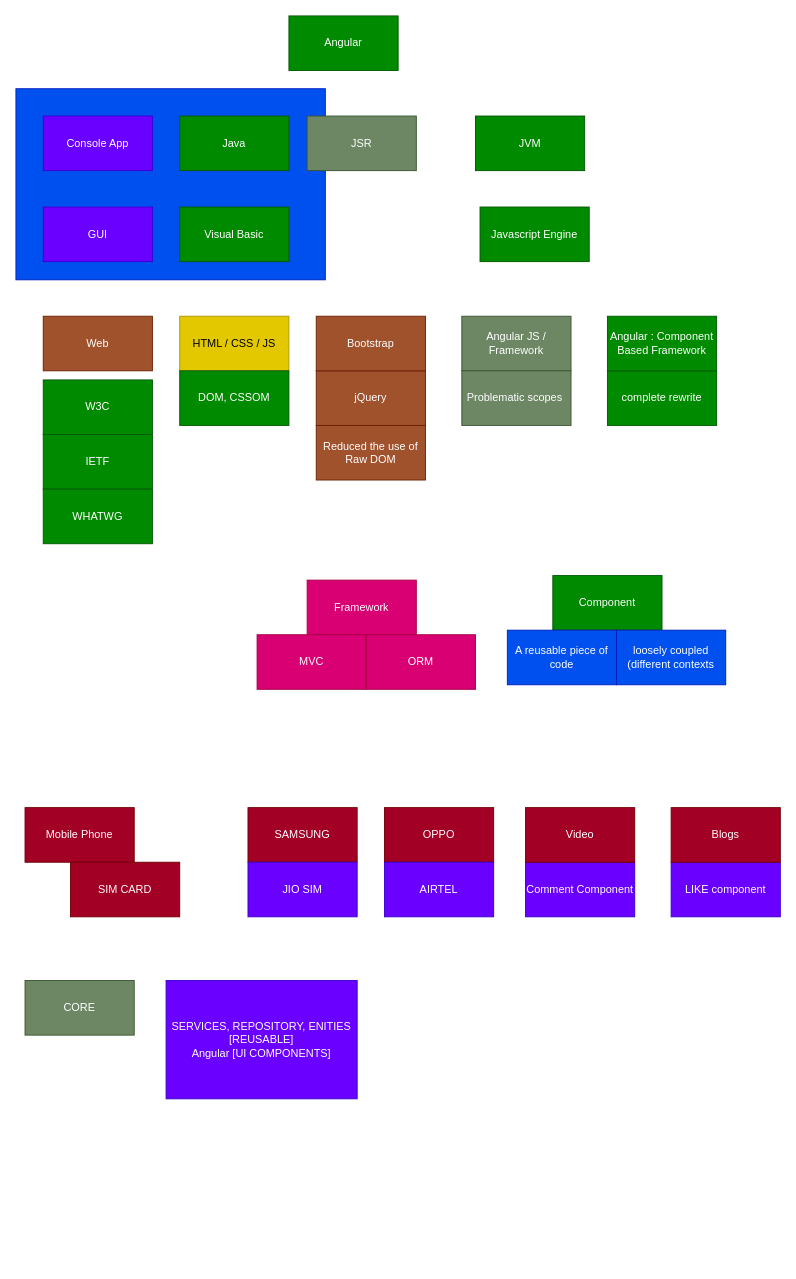
Above: page "angular-gs" (2 of 12) of drawings/draw-angular-gs.drawio in QUAGLO30JUN2025GIT-HUB/QUAGLO30JUN2025GIT-REPO (draw.io), before the change. Source tidied: cells renumbered, new cells numbered last; positions are measured from the earlier drawing's top-left corner, leaving out a move shared by most shapes. Both pictures are drawn from the tidied source at 91%, with x=0, y=0 at pixel (15, 15).
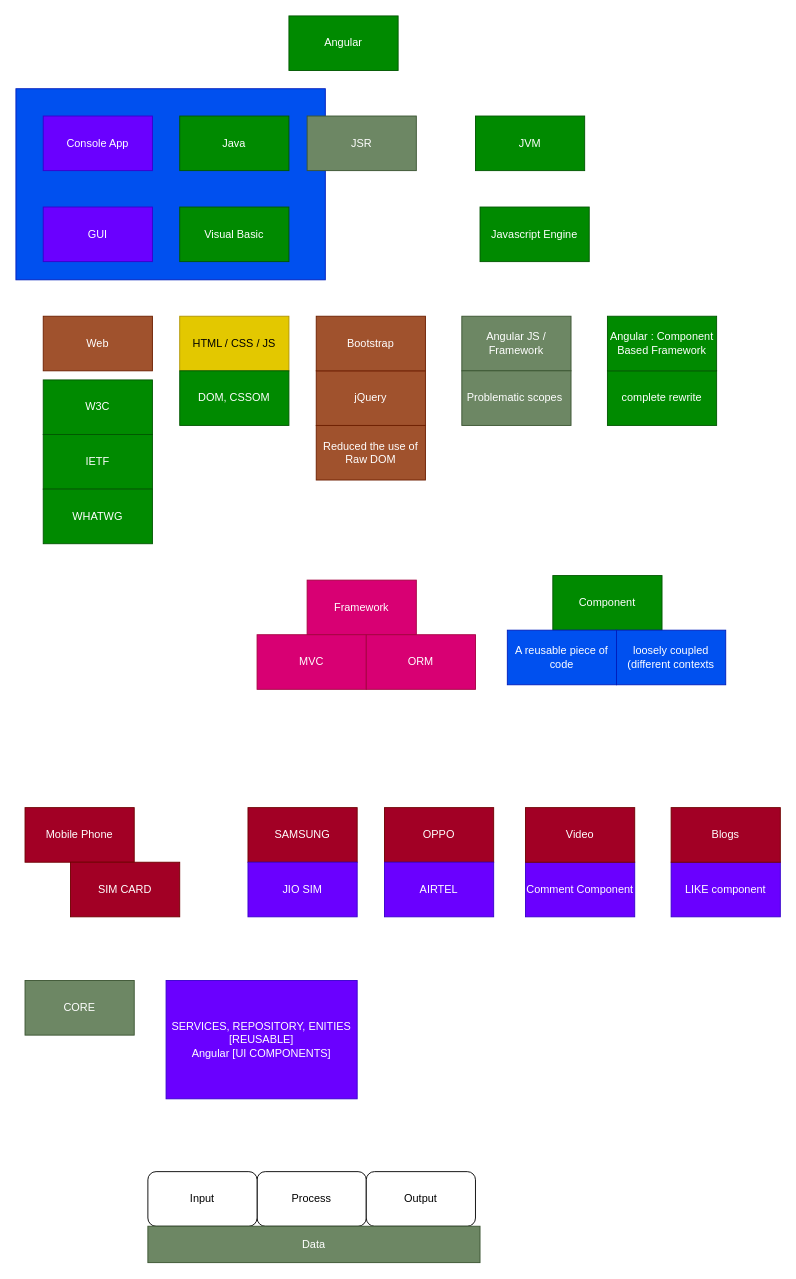
Above is the later version.

The edit, as a diff of the source:
```diff
@@
+    <mxCell id="42" value="Process" style="rounded=1;whiteSpace=wrap;html=1;" parent="1" vertex="1">
+      <mxGeometry x="265" y="1270" width="120" height="60" as="geometry" />
+    </mxCell>
+    <mxCell id="43" value="Input" style="rounded=1;whiteSpace=wrap;html=1;" parent="1" vertex="1">
+      <mxGeometry x="145" y="1270" width="120" height="60" as="geometry" />
+    </mxCell>
+    <mxCell id="44" value="Output" style="rounded=1;whiteSpace=wrap;html=1;" parent="1" vertex="1">
+      <mxGeometry x="385" y="1270" width="120" height="60" as="geometry" />
+    </mxCell>
+    <mxCell id="45" value="Data" style="rounded=0;whiteSpace=wrap;html=1;fillColor=#6d8764;fontColor=#ffffff;strokeColor=#3A5431;" parent="1" vertex="1">
+      <mxGeometry x="145" y="1330" width="365" height="40" as="geometry" />
+    </mxCell>
```
